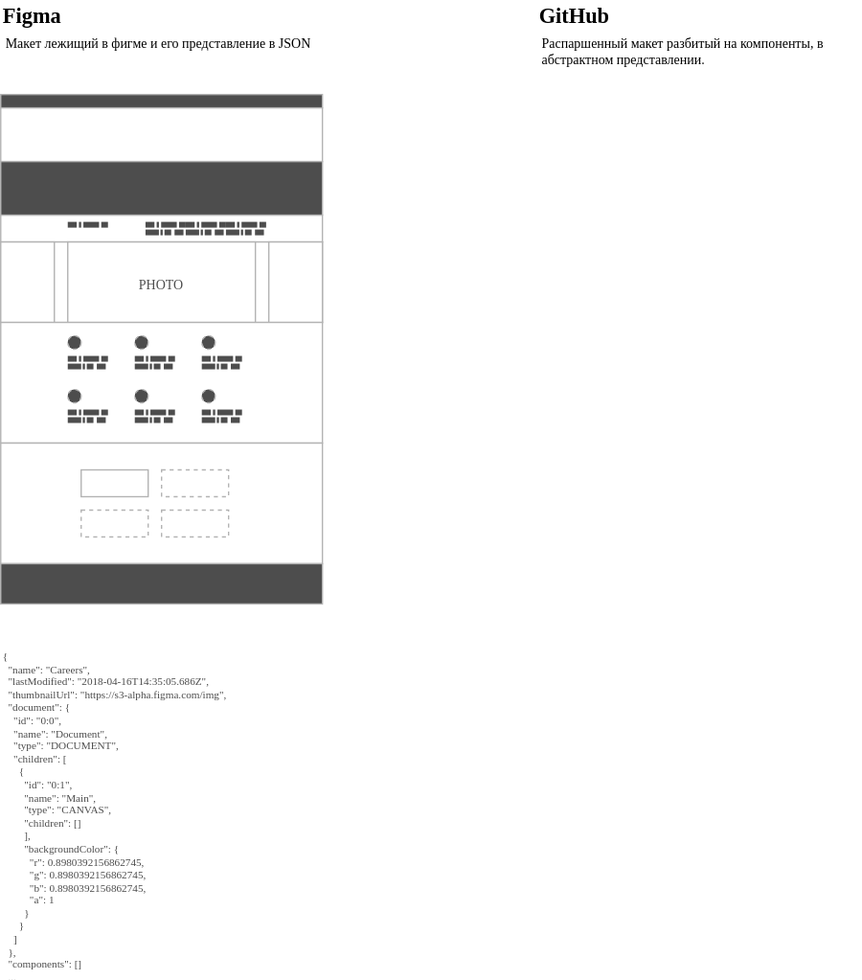
Above: ambitious-figma.svg in ajile/draw-io (draw.io), before the change. Source tidied: cells renumbered, new cells last; positions are measured from the earlier drawing's top-left corner, leaving out a move shared by most shapes.
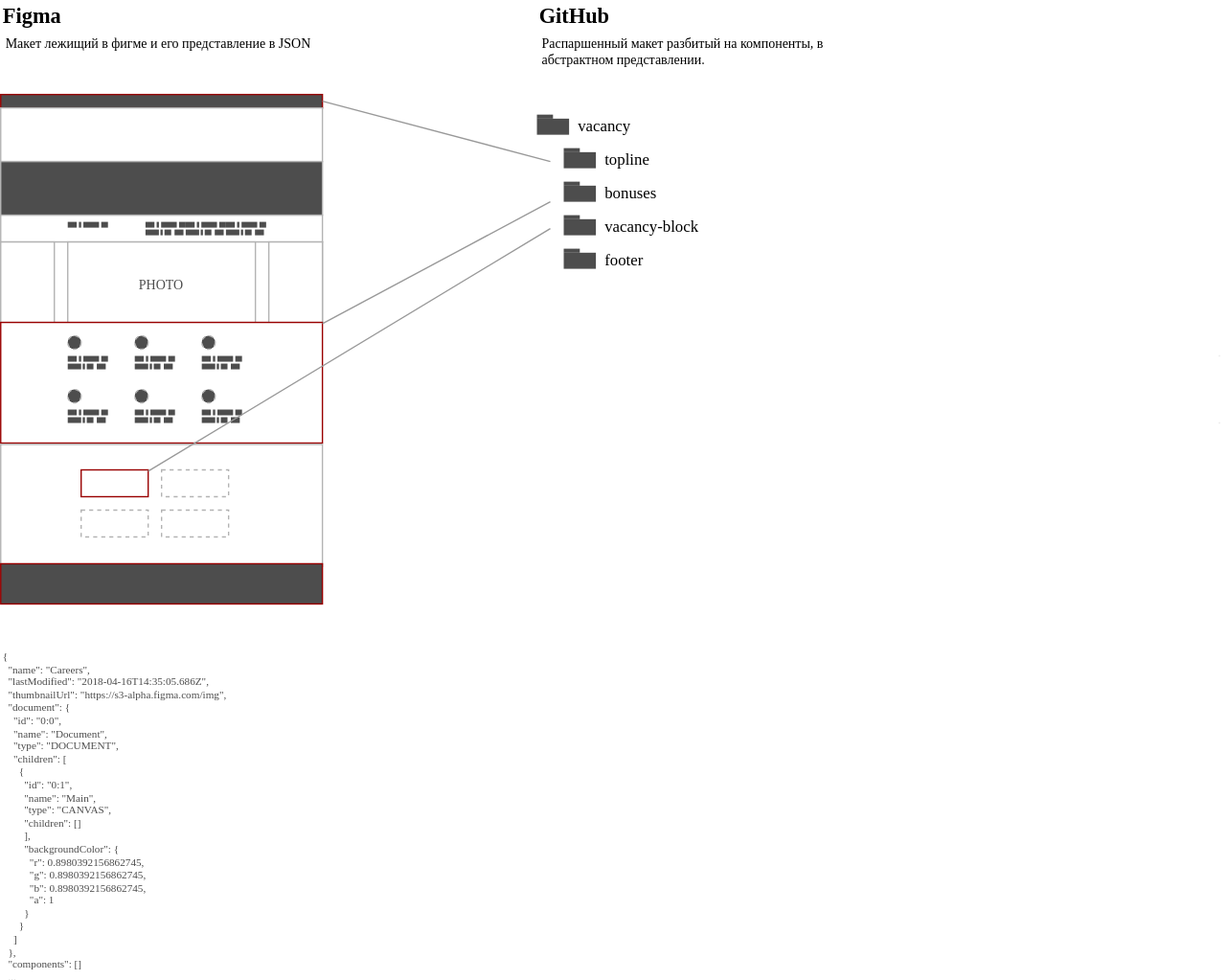
After the commit.

Change to the diagram source:
```diff
@@ -2,7 +2,7 @@
   <root>
     <mxCell id="0" />
     <mxCell id="1" parent="0" />
-    <mxCell id="2" style="rounded=0;whiteSpace=wrap;html=1;shadow=0;strokeColor=#B3B3B3;strokeWidth=1;fillColor=#4D4D4D;fontFamily=Verdana;fontSize=13;fontColor=#4D4D4D;align=center;" parent="1" vertex="1">
+    <mxCell id="2" style="rounded=0;whiteSpace=wrap;html=1;shadow=0;strokeColor=#990000;strokeWidth=1;fillColor=#4D4D4D;fontFamily=Verdana;fontSize=13;fontColor=#4D4D4D;align=center;" parent="1" vertex="1">
       <mxGeometry y="70" width="240" height="10" as="geometry" />
     </mxCell>
     <mxCell id="3" style="rounded=0;whiteSpace=wrap;html=1;shadow=0;strokeColor=#B3B3B3;strokeWidth=1;fillColor=#FFFFFF;fontFamily=Verdana;fontSize=13;fontColor=#4D4D4D;align=center;" parent="1" vertex="1">
@@ -29,16 +29,16 @@
     <mxCell id="10" style="rounded=0;whiteSpace=wrap;html=1;shadow=0;strokeColor=#B3B3B3;strokeWidth=1;fillColor=#FFFFFF;fontFamily=Verdana;fontSize=13;fontColor=#4D4D4D;align=center;" parent="6" vertex="1">
       <mxGeometry x="200" width="40" height="60" as="geometry" />
     </mxCell>
-    <mxCell id="11" style="rounded=0;whiteSpace=wrap;html=1;shadow=0;strokeColor=#B3B3B3;strokeWidth=1;fillColor=#FFFFFF;fontFamily=Verdana;fontSize=13;fontColor=#4D4D4D;align=center;" parent="1" vertex="1">
+    <mxCell id="11" style="rounded=0;whiteSpace=wrap;html=1;shadow=0;strokeColor=#990000;strokeWidth=1;fillColor=#FFFFFF;fontFamily=Verdana;fontSize=13;fontColor=#4D4D4D;align=center;" parent="1" vertex="1">
       <mxGeometry y="240" width="240" height="90" as="geometry" />
     </mxCell>
     <mxCell id="12" style="rounded=0;whiteSpace=wrap;html=1;shadow=0;strokeColor=#B3B3B3;strokeWidth=1;fillColor=#FFFFFF;fontFamily=Verdana;fontSize=13;fontColor=#4D4D4D;align=center;" parent="1" vertex="1">
-      <mxGeometry y="330" width="240" height="90" as="geometry" />
+      <mxGeometry y="331" width="240" height="91" as="geometry" />
     </mxCell>
-    <mxCell id="13" style="rounded=0;whiteSpace=wrap;html=1;shadow=0;strokeColor=#B3B3B3;strokeWidth=1;fillColor=#4D4D4D;fontFamily=Verdana;fontSize=13;fontColor=#4D4D4D;align=center;" parent="1" vertex="1">
+    <mxCell id="13" style="rounded=0;whiteSpace=wrap;html=1;shadow=0;strokeColor=#990000;strokeWidth=1;fillColor=#4D4D4D;fontFamily=Verdana;fontSize=13;fontColor=#4D4D4D;align=center;" parent="1" vertex="1">
       <mxGeometry y="420" width="240" height="30" as="geometry" />
     </mxCell>
-    <mxCell id="14" style="rounded=0;whiteSpace=wrap;html=1;shadow=0;strokeColor=#B3B3B3;strokeWidth=1;fillColor=#FFFFFF;fontFamily=Verdana;fontSize=13;fontColor=#4D4D4D;align=center;" parent="1" vertex="1">
+    <mxCell id="14" style="rounded=0;whiteSpace=wrap;html=1;shadow=0;strokeColor=#990000;strokeWidth=1;fillColor=#FFFFFF;fontFamily=Verdana;fontSize=13;fontColor=#4D4D4D;align=center;" parent="1" vertex="1">
       <mxGeometry x="60" y="350" width="50" height="20" as="geometry" />
     </mxCell>
     <mxCell id="15" style="rounded=0;whiteSpace=wrap;html=1;shadow=0;strokeColor=#B3B3B3;strokeWidth=1;fillColor=#FFFFFF;fontFamily=Verdana;fontSize=13;fontColor=#4D4D4D;align=center;dashed=1;" parent="1" vertex="1">
@@ -435,5 +435,122 @@
     <mxCell id="146" value="Распаршенный макет разбитый на компоненты, в абстрактном представлении.&lt;br&gt;" style="text;html=1;strokeColor=none;fillColor=none;align=left;verticalAlign=top;whiteSpace=wrap;rounded=0;shadow=0;dashed=1;fontFamily=Verdana;fontSize=10;fontColor=#000000;fontStyle=0;" parent="98" vertex="1">
       <mxGeometry x="402" y="20" width="240" height="30" as="geometry" />
     </mxCell>
+    <mxCell id="147" style="group;strokeColor=none;" parent="98" vertex="1">
+      <mxGeometry x="420" y="110" width="24" height="15" as="geometry" />
+    </mxCell>
+    <mxCell id="148" style="rounded=0;whiteSpace=wrap;html=1;shadow=0;strokeColor=none;strokeWidth=1;fillColor=#4D4D4D;fontFamily=Verdana;fontSize=10;fontColor=#000000;align=left;" parent="147" vertex="1">
+      <mxGeometry width="12" height="3" as="geometry" />
+    </mxCell>
+    <mxCell id="149" style="edgeStyle=none;rounded=0;html=1;exitX=0.75;exitY=0;entryX=0.75;entryY=0;dashed=1;labelBackgroundColor=none;startArrow=none;startFill=0;startSize=16;endArrow=classicThin;endFill=1;endSize=4;jettySize=auto;orthogonalLoop=1;strokeColor=#999999;strokeWidth=1;fontFamily=Verdana;fontSize=10;fontColor=#000000;" parent="147" edge="1" source="148" target="148">
+      <mxGeometry relative="1" as="geometry" />
+    </mxCell>
+    <mxCell id="150" style="group;" parent="147" vertex="1">
+      <mxGeometry y="3" width="24" height="12" as="geometry" />
+    </mxCell>
+    <mxCell id="151" style="rounded=0;whiteSpace=wrap;html=1;shadow=0;strokeColor=none;strokeWidth=1;fillColor=#4D4D4D;fontFamily=Verdana;fontSize=10;fontColor=#000000;align=left;" parent="150" vertex="1">
+      <mxGeometry width="24" height="12" as="geometry" />
+    </mxCell>
+    <mxCell id="152" value="topline&lt;br style=&quot;font-size: 12px;&quot;&gt;" style="text;html=1;strokeColor=none;fillColor=none;align=left;verticalAlign=middle;whiteSpace=wrap;rounded=0;shadow=0;fontFamily=Verdana;fontSize=12;fontColor=#000000;spacingLeft=5;" parent="98" vertex="1">
+      <mxGeometry x="444" y="108" width="136" height="20" as="geometry" />
+    </mxCell>
+    <mxCell id="153" style="group;strokeColor=none;" parent="98" vertex="1">
+      <mxGeometry x="420" y="135" width="24" height="15" as="geometry" />
+    </mxCell>
+    <mxCell id="154" style="rounded=0;whiteSpace=wrap;html=1;shadow=0;strokeColor=none;strokeWidth=1;fillColor=#4D4D4D;fontFamily=Verdana;fontSize=10;fontColor=#000000;align=left;" parent="153" vertex="1">
+      <mxGeometry width="12" height="3" as="geometry" />
+    </mxCell>
+    <mxCell id="155" style="edgeStyle=none;rounded=0;html=1;exitX=0.75;exitY=0;entryX=0.75;entryY=0;dashed=1;labelBackgroundColor=none;startArrow=none;startFill=0;startSize=16;endArrow=classicThin;endFill=1;endSize=4;jettySize=auto;orthogonalLoop=1;strokeColor=#999999;strokeWidth=1;fontFamily=Verdana;fontSize=10;fontColor=#000000;" parent="153" edge="1" source="154" target="154">
+      <mxGeometry relative="1" as="geometry" />
+    </mxCell>
+    <mxCell id="156" style="group;" parent="153" vertex="1">
+      <mxGeometry y="3" width="24" height="12" as="geometry" />
+    </mxCell>
+    <mxCell id="157" style="rounded=0;whiteSpace=wrap;html=1;shadow=0;strokeColor=none;strokeWidth=1;fillColor=#4D4D4D;fontFamily=Verdana;fontSize=10;fontColor=#000000;align=left;" parent="156" vertex="1">
+      <mxGeometry width="24" height="12" as="geometry" />
+    </mxCell>
+    <mxCell id="158" style="edgeStyle=none;rounded=0;html=1;exitX=0.75;exitY=0;entryX=0.75;entryY=0;dashed=1;labelBackgroundColor=none;startArrow=none;startFill=0;startSize=16;endArrow=classicThin;endFill=1;endSize=4;jettySize=auto;orthogonalLoop=1;strokeColor=#999999;strokeWidth=1;fontFamily=Verdana;fontSize=10;fontColor=#000000;" parent="153" edge="1">
+      <mxGeometry relative="1" as="geometry">
+        <mxPoint x="489" y="130" as="sourcePoint" />
+        <mxPoint x="489" y="130" as="targetPoint" />
+      </mxGeometry>
+    </mxCell>
+    <mxCell id="159" value="bonuses&lt;br style=&quot;font-size: 12px&quot;&gt;" style="text;html=1;strokeColor=none;fillColor=none;align=left;verticalAlign=middle;whiteSpace=wrap;rounded=0;shadow=0;fontFamily=Verdana;fontSize=12;fontColor=#000000;spacingLeft=5;" parent="98" vertex="1">
+      <mxGeometry x="444" y="133" width="136" height="20" as="geometry" />
+    </mxCell>
+    <mxCell id="160" style="group;strokeColor=none;" parent="98" vertex="1">
+      <mxGeometry x="420" y="160" width="24" height="15" as="geometry" />
+    </mxCell>
+    <mxCell id="161" style="rounded=0;whiteSpace=wrap;html=1;shadow=0;strokeColor=none;strokeWidth=1;fillColor=#4D4D4D;fontFamily=Verdana;fontSize=10;fontColor=#000000;align=left;" parent="160" vertex="1">
+      <mxGeometry width="12" height="3" as="geometry" />
+    </mxCell>
+    <mxCell id="162" style="edgeStyle=none;rounded=0;html=1;exitX=0.75;exitY=0;entryX=0.75;entryY=0;dashed=1;labelBackgroundColor=none;startArrow=none;startFill=0;startSize=16;endArrow=classicThin;endFill=1;endSize=4;jettySize=auto;orthogonalLoop=1;strokeColor=#999999;strokeWidth=1;fontFamily=Verdana;fontSize=10;fontColor=#000000;" parent="160" edge="1" source="161" target="161">
+      <mxGeometry relative="1" as="geometry" />
+    </mxCell>
+    <mxCell id="163" style="group;" parent="160" vertex="1">
+      <mxGeometry y="3" width="24" height="12" as="geometry" />
+    </mxCell>
+    <mxCell id="164" style="rounded=0;whiteSpace=wrap;html=1;shadow=0;strokeColor=none;strokeWidth=1;fillColor=#4D4D4D;fontFamily=Verdana;fontSize=10;fontColor=#000000;align=left;" parent="163" vertex="1">
+      <mxGeometry width="24" height="12" as="geometry" />
+    </mxCell>
+    <mxCell id="165" value="vacancy-block&lt;br style=&quot;font-size: 12px&quot;&gt;" style="text;html=1;strokeColor=none;fillColor=none;align=left;verticalAlign=middle;whiteSpace=wrap;rounded=0;shadow=0;fontFamily=Verdana;fontSize=12;fontColor=#000000;spacingLeft=5;" parent="98" vertex="1">
+      <mxGeometry x="444" y="158" width="136" height="20" as="geometry" />
+    </mxCell>
+    <mxCell id="166" style="group;strokeColor=none;" parent="98" vertex="1">
+      <mxGeometry x="400" y="85" width="24" height="15" as="geometry" />
+    </mxCell>
+    <mxCell id="167" style="rounded=0;whiteSpace=wrap;html=1;shadow=0;strokeColor=none;strokeWidth=1;fillColor=#4D4D4D;fontFamily=Verdana;fontSize=10;fontColor=#000000;align=left;" parent="166" vertex="1">
+      <mxGeometry width="12" height="3" as="geometry" />
+    </mxCell>
+    <mxCell id="168" style="edgeStyle=none;rounded=0;html=1;exitX=0.75;exitY=0;entryX=0.75;entryY=0;dashed=1;labelBackgroundColor=none;startArrow=none;startFill=0;startSize=16;endArrow=classicThin;endFill=1;endSize=4;jettySize=auto;orthogonalLoop=1;strokeColor=#999999;strokeWidth=1;fontFamily=Verdana;fontSize=10;fontColor=#000000;" parent="166" edge="1" source="167" target="167">
+      <mxGeometry relative="1" as="geometry" />
+    </mxCell>
+    <mxCell id="169" style="group;" parent="166" vertex="1">
+      <mxGeometry y="3" width="24" height="12" as="geometry" />
+    </mxCell>
+    <mxCell id="170" style="rounded=0;whiteSpace=wrap;html=1;shadow=0;strokeColor=none;strokeWidth=1;fillColor=#4D4D4D;fontFamily=Verdana;fontSize=10;fontColor=#000000;align=left;" parent="169" vertex="1">
+      <mxGeometry width="24" height="12" as="geometry" />
+    </mxCell>
+    <mxCell id="171" value="vacancy&lt;br style=&quot;font-size: 12px&quot;&gt;" style="text;html=1;strokeColor=none;fillColor=none;align=left;verticalAlign=middle;whiteSpace=wrap;rounded=0;shadow=0;fontFamily=Verdana;fontSize=12;fontColor=#000000;spacingLeft=5;" parent="98" vertex="1">
+      <mxGeometry x="424" y="83" width="136" height="20" as="geometry" />
+    </mxCell>
+    <mxCell id="172" style="endArrow=none;html=1;labelBackgroundColor=none;strokeColor=#999999;strokeWidth=1;fontFamily=Verdana;fontSize=12;fontColor=#000000;exitX=0.99;exitY=0.025;exitPerimeter=0;" parent="98" edge="1" source="14">
+      <mxGeometry relative="1" as="geometry">
+        <mxPoint x="410" y="170" as="targetPoint" />
+      </mxGeometry>
+    </mxCell>
+    <mxCell id="173" value="footer&lt;br style=&quot;font-size: 12px&quot;&gt;" style="text;html=1;strokeColor=none;fillColor=none;align=left;verticalAlign=middle;whiteSpace=wrap;rounded=0;shadow=0;fontFamily=Verdana;fontSize=12;fontColor=#000000;spacingLeft=5;" parent="98" vertex="1">
+      <mxGeometry x="444" y="183" width="136" height="20" as="geometry" />
+    </mxCell>
+    <mxCell id="174" style="group;strokeColor=none;" parent="98" vertex="1">
+      <mxGeometry x="420" y="185" width="24" height="15" as="geometry" />
+    </mxCell>
+    <mxCell id="175" style="rounded=0;whiteSpace=wrap;html=1;shadow=0;strokeColor=none;strokeWidth=1;fillColor=#4D4D4D;fontFamily=Verdana;fontSize=10;fontColor=#000000;align=left;" parent="174" vertex="1">
+      <mxGeometry width="12" height="3" as="geometry" />
+    </mxCell>
+    <mxCell id="176" style="edgeStyle=none;rounded=0;html=1;exitX=0.75;exitY=0;entryX=0.75;entryY=0;dashed=1;labelBackgroundColor=none;startArrow=none;startFill=0;startSize=16;endArrow=classicThin;endFill=1;endSize=4;jettySize=auto;orthogonalLoop=1;strokeColor=#999999;strokeWidth=1;fontFamily=Verdana;fontSize=10;fontColor=#000000;" parent="174" edge="1" source="175" target="175">
+      <mxGeometry relative="1" as="geometry" />
+    </mxCell>
+    <mxCell id="177" style="group;" parent="174" vertex="1">
+      <mxGeometry y="3" width="24" height="12" as="geometry" />
+    </mxCell>
+    <mxCell id="178" style="rounded=0;whiteSpace=wrap;html=1;shadow=0;strokeColor=none;strokeWidth=1;fillColor=#4D4D4D;fontFamily=Verdana;fontSize=10;fontColor=#000000;align=left;" parent="177" vertex="1">
+      <mxGeometry width="24" height="12" as="geometry" />
+    </mxCell>
+    <mxCell id="179" style="edgeStyle=none;rounded=0;html=1;exitX=0.75;exitY=0;entryX=0.75;entryY=0;dashed=1;labelBackgroundColor=none;startArrow=none;startFill=0;startSize=16;endArrow=classicThin;endFill=1;endSize=4;jettySize=auto;orthogonalLoop=1;strokeColor=#999999;strokeWidth=1;fontFamily=Verdana;fontSize=10;fontColor=#000000;" parent="174" edge="1">
+      <mxGeometry relative="1" as="geometry">
+        <mxPoint x="489" y="130" as="sourcePoint" />
+        <mxPoint x="489" y="130" as="targetPoint" />
+      </mxGeometry>
+    </mxCell>
+    <mxCell id="180" style="endArrow=none;html=1;labelBackgroundColor=none;strokeColor=#999999;strokeWidth=1;fontFamily=Verdana;fontSize=12;fontColor=#000000;exitX=1;exitY=0.011;exitPerimeter=0;" parent="98" edge="1" source="11">
+      <mxGeometry relative="1" as="geometry">
+        <mxPoint x="410" y="150" as="targetPoint" />
+      </mxGeometry>
+    </mxCell>
+    <mxCell id="181" style="endArrow=none;html=1;labelBackgroundColor=none;strokeColor=#999999;strokeWidth=1;fontFamily=Verdana;fontSize=12;fontColor=#000000;exitX=1;exitY=0.5;" parent="98" edge="1" source="2">
+      <mxGeometry relative="1" as="geometry">
+        <mxPoint x="410" y="120" as="targetPoint" />
+      </mxGeometry>
+    </mxCell>
   </root>
 </mxGraphModel>
```
